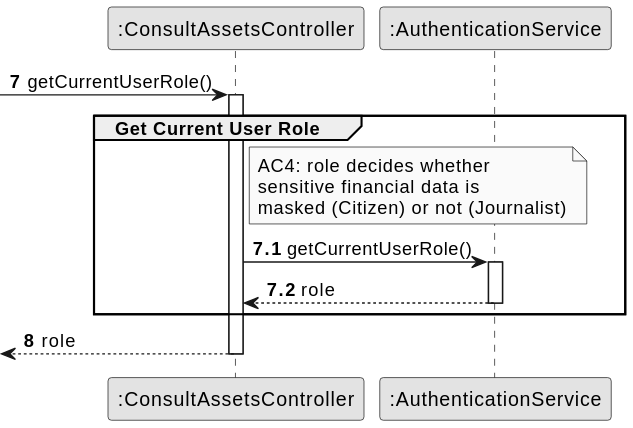
Above: docs/system-documentation/US11/03.design/svg/US11-SD-partial-get-current-user-role.svg in brunodspinto/crystal-clear-platform (PlantUML), before the change.
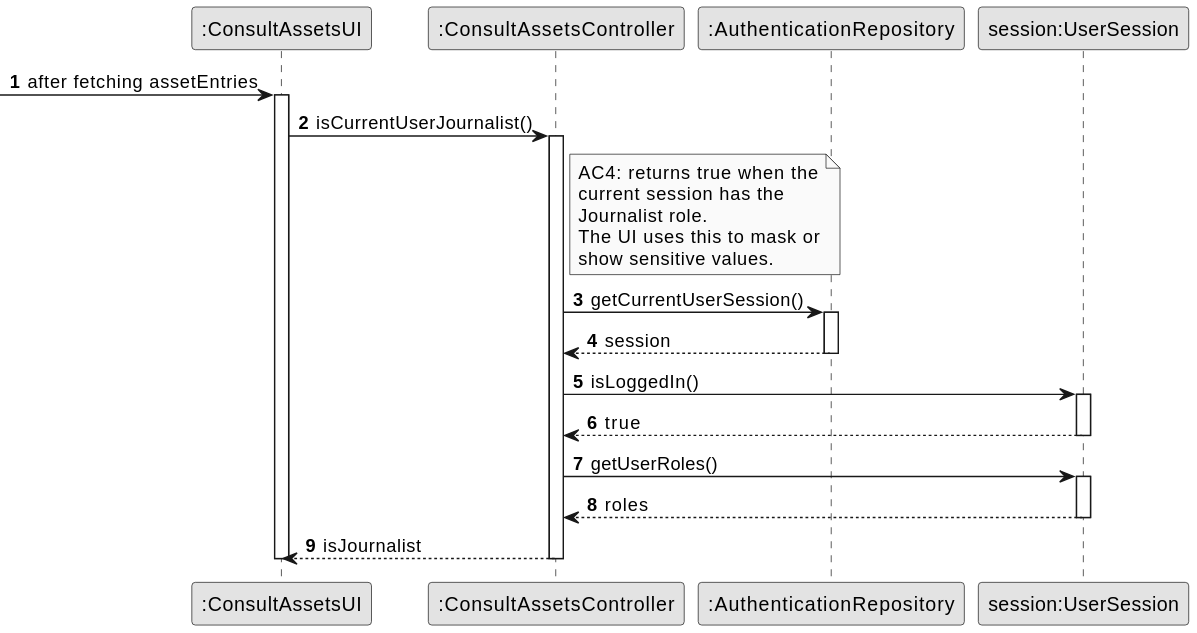
Later version of the same file.

Change to the diagram source:
```diff
@@ -5,28 +5,42 @@
 
 autonumber
 
+participant ":ConsultAssetsUI" as UI
 participant ":ConsultAssetsController" as CTRL
-participant ":AuthenticationService" as AUTH
+participant ":AuthenticationRepository" as AUTH
+participant "session:UserSession" as SESS
 
-autonumber 7
- -> CTRL : getCurrentUserRole()
-autonumber 7.1
-activate CTRL
-    group Get Current User Role
+ -> UI : after fetching assetEntries
+activate UI
+
+    UI -> CTRL : isCurrentUserJournalist()
+    activate CTRL
 
         note right of CTRL
-            AC4: role decides whether
-            sensitive financial data is
-            masked (Citizen) or not (Journalist)
+            AC4: returns true when the
+            current session has the
+            Journalist role.
+            The UI uses this to mask or
+            show sensitive values.
         end note
 
-        CTRL -> AUTH : getCurrentUserRole()
+        CTRL -> AUTH : getCurrentUserSession()
         activate AUTH
-            AUTH --> CTRL : role
+            AUTH --> CTRL : session
         deactivate AUTH
 
-    end
-    autonumber 8
-    <-- CTRL : role
-deactivate CTRL
+        CTRL -> SESS : isLoggedIn()
+        activate SESS
+            SESS --> CTRL : true
+        deactivate SESS
+
+        CTRL -> SESS : getUserRoles()
+        activate SESS
+            SESS --> CTRL : roles
+        deactivate SESS
+
+        CTRL --> UI : isJournalist
+    deactivate CTRL
+
+deactivate UI
 @enduml
```
